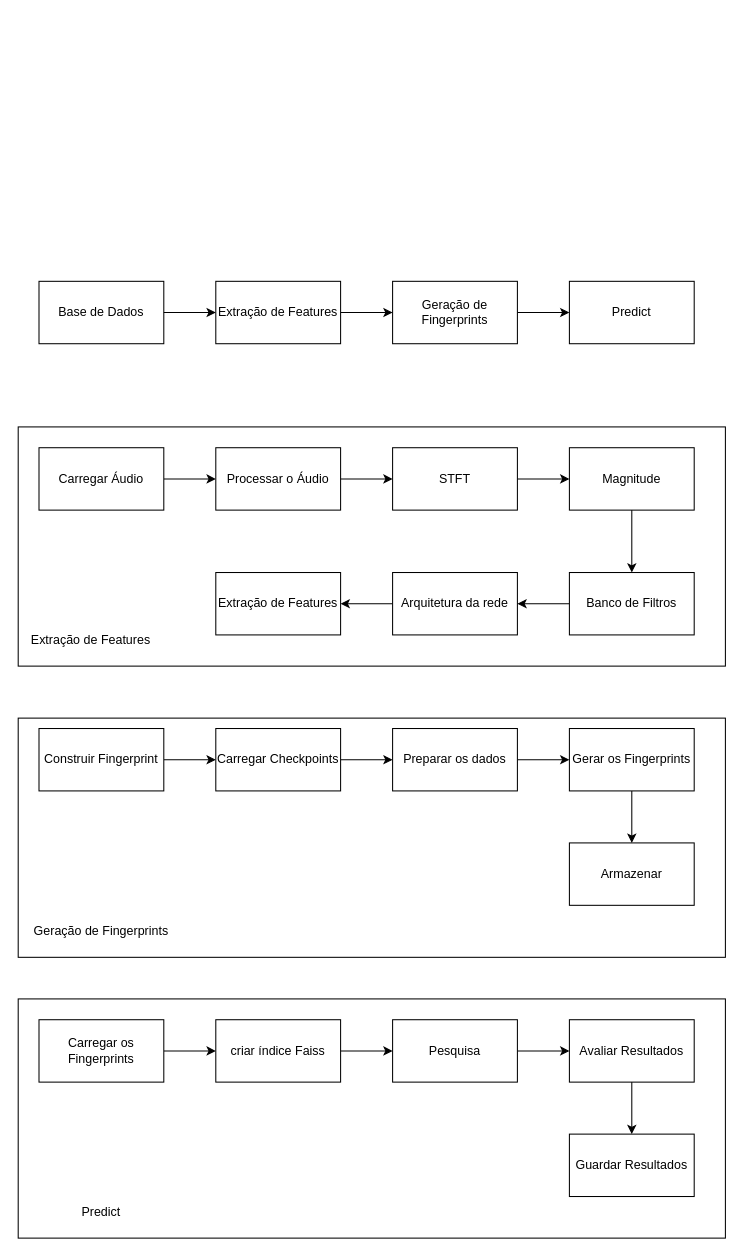
Above: Drawio/Project-mainView.drawio in Rodrigo29Almeida/neural-audio-fp (draw.io), before the change. Source tidied: cells renumbered, new cells numbered last; positions are measured from the earlier drawing's top-left corner, leaving out a move shared by most shapes. Both pictures are drawn from the tidied source at 104%, with x=0, y=0 at pixel (18, 281).
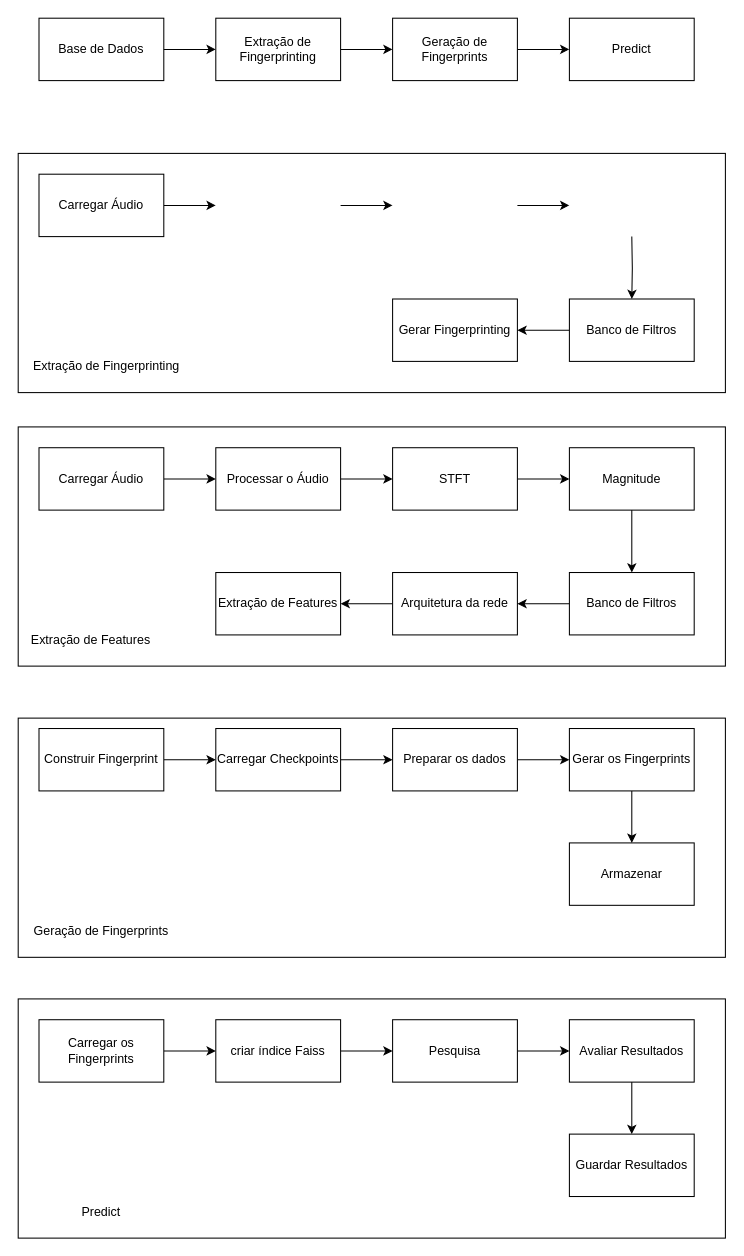
The same page after the edit.

What changed in the source:
```diff
@@
     <mxCell id="2" value="Base de Dados" style="rounded=0;whiteSpace=wrap;html=1;" parent="1" vertex="1">
-      <mxGeometry x="20" width="120" height="60" as="geometry" />
+      <mxGeometry x="20" y="-253" width="120" height="60" as="geometry" />
     </mxCell>
@@
-    <mxCell id="4" value="Extração de Features" style="rounded=0;whiteSpace=wrap;html=1;" parent="1" vertex="1">
-      <mxGeometry x="190" width="120" height="60" as="geometry" />
+    <mxCell id="4" value="Extração de Fingerprinting" style="rounded=0;whiteSpace=wrap;html=1;" parent="1" vertex="1">
+      <mxGeometry x="190" y="-253" width="120" height="60" as="geometry" />
     </mxCell>
@@
     <mxCell id="6" value="Geração de Fingerprints" style="rounded=0;whiteSpace=wrap;html=1;" parent="1" vertex="1">
-      <mxGeometry x="360" width="120" height="60" as="geometry" />
+      <mxGeometry x="360" y="-253" width="120" height="60" as="geometry" />
     </mxCell>
     <mxCell id="7" value="Predict" style="rounded=0;whiteSpace=wrap;html=1;" parent="1" vertex="1">
-      <mxGeometry x="530" width="120" height="60" as="geometry" />
+      <mxGeometry x="530" y="-253" width="120" height="60" as="geometry" />
     </mxCell>
@@
+    <mxCell id="46" style="rounded=0;whiteSpace=wrap;html=1;" parent="1" vertex="1">
+      <mxGeometry y="-123" width="680" height="230" as="geometry" />
+    </mxCell>
+    <mxCell id="47" style="edgeStyle=orthogonalEdgeStyle;rounded=0;jettySize=auto;html=1;" parent="1" edge="1" source="48">
+      <mxGeometry relative="1" as="geometry">
+        <mxPoint x="190" y="-73" as="targetPoint" />
+      </mxGeometry>
+    </mxCell>
+    <mxCell id="48" value="Carregar Áudio" style="rounded=0;whiteSpace=wrap;html=1;" parent="1" vertex="1">
+      <mxGeometry x="20" y="-103" width="120" height="60" as="geometry" />
+    </mxCell>
+    <mxCell id="49" style="edgeStyle=orthogonalEdgeStyle;rounded=0;orthogonalLoop=1;jettySize=auto;html=1;" parent="1" edge="1">
+      <mxGeometry relative="1" as="geometry">
+        <mxPoint x="310" y="-73" as="sourcePoint" />
+        <mxPoint x="360" y="-73" as="targetPoint" />
+      </mxGeometry>
+    </mxCell>
+    <mxCell id="50" style="edgeStyle=orthogonalEdgeStyle;rounded=0;orthogonalLoop=1;jettySize=auto;html=1;" parent="1" edge="1">
+      <mxGeometry relative="1" as="geometry">
+        <mxPoint x="480" y="-73" as="sourcePoint" />
+        <mxPoint x="530" y="-73" as="targetPoint" />
+      </mxGeometry>
+    </mxCell>
+    <mxCell id="51" style="edgeStyle=orthogonalEdgeStyle;rounded=0;jettySize=auto;html=1;" parent="1" edge="1" target="53">
+      <mxGeometry relative="1" as="geometry">
+        <mxPoint x="590" y="-43" as="sourcePoint" />
+      </mxGeometry>
+    </mxCell>
+    <mxCell id="52" style="edgeStyle=orthogonalEdgeStyle;rounded=0;jettySize=auto;html=1;" parent="1" edge="1" source="53" target="54">
+      <mxGeometry relative="1" as="geometry" />
+    </mxCell>
+    <mxCell id="53" value="Banco de Filtros" style="rounded=0;whiteSpace=wrap;html=1;" parent="1" vertex="1">
+      <mxGeometry x="530" y="17" width="120" height="60" as="geometry" />
+    </mxCell>
+    <mxCell id="54" value="Gerar Fingerprinting" style="rounded=0;whiteSpace=wrap;html=1;" parent="1" vertex="1">
+      <mxGeometry x="360" y="17" width="120" height="60" as="geometry" />
+    </mxCell>
+    <mxCell id="55" value="Extração de Fingerprinting" style="text;html=1;align=center;verticalAlign=middle;whiteSpace=wrap;rounded=0;" parent="1" vertex="1">
+      <mxGeometry x="10" y="67" width="150" height="30" as="geometry" />
+    </mxCell>
```
